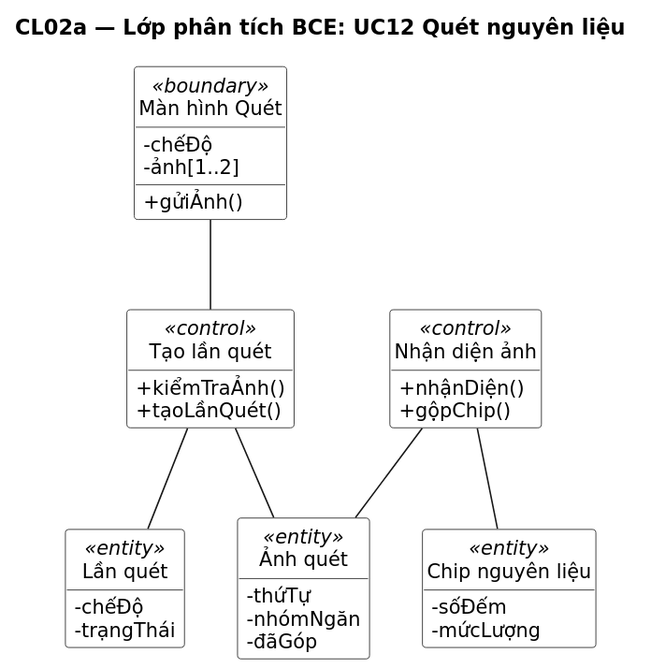
The PlantUML diagram docs/uml/out/class/CL02a-bce-quet.svg in NamBuw/Tastoria, before a commit.
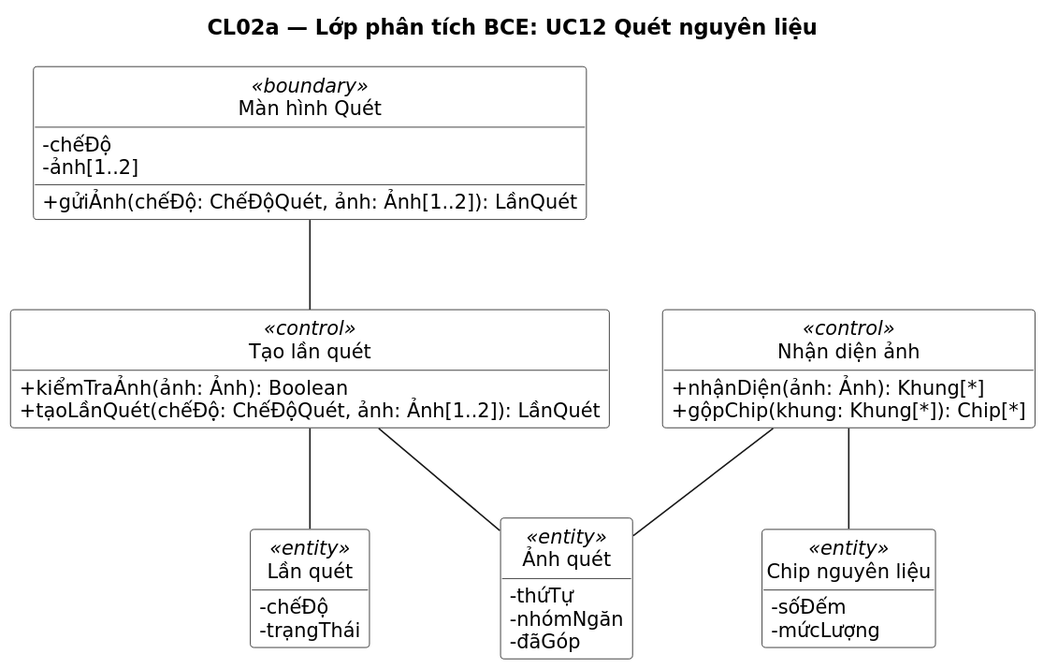
After the change.

Change to the diagram source:
```diff
@@ -13,15 +13,15 @@
 class "Màn hình Quét" as BQ <<boundary>> {
   -chếĐộ
   -ảnh[1..2]
-  +gửiẢnh()
+  +gửiẢnh(chếĐộ: ChếĐộQuét, ảnh: Ảnh[1..2]): LầnQuét
 }
 class "Tạo lần quét" as CT <<control>> {
-  +kiểmTraẢnh()
-  +tạoLầnQuét()
+  +kiểmTraẢnh(ảnh: Ảnh): Boolean
+  +tạoLầnQuét(chếĐộ: ChếĐộQuét, ảnh: Ảnh[1..2]): LầnQuét
 }
 class "Nhận diện ảnh" as CS <<control>> {
-  +nhậnDiện()
-  +gộpChip()
+  +nhậnDiện(ảnh: Ảnh): Khung[*]
+  +gộpChip(khung: Khung[*]): Chip[*]
 }
 class "Lần quét" as ELQ <<entity>> {
   -chếĐộ
```
